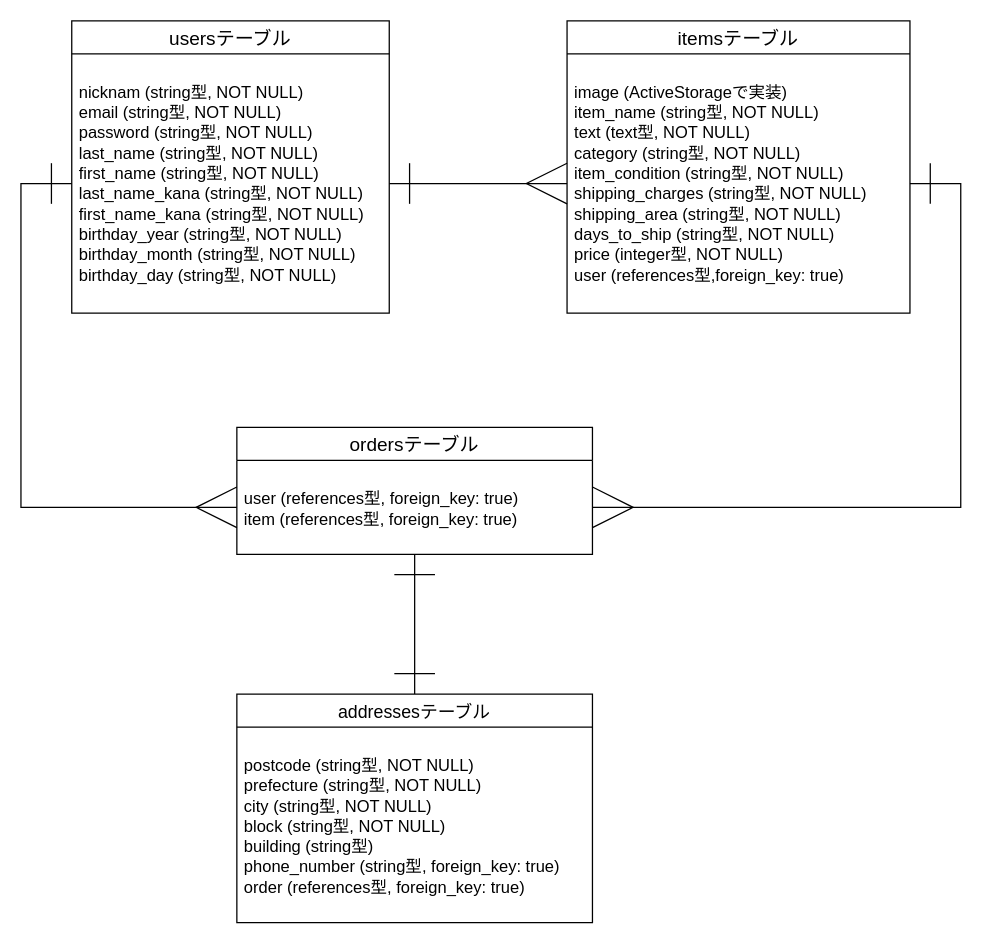
Above: furima.dio in WatanabeSyoya/furima-33500 (draw.io), before the change. Source tidied: cells renumbered, new cells numbered last; positions are measured from the earlier drawing's top-left corner, leaving out a move shared by most shapes. Both pictures are drawn from the tidied source at 127%, with x=0, y=0 at pixel (71, 20).
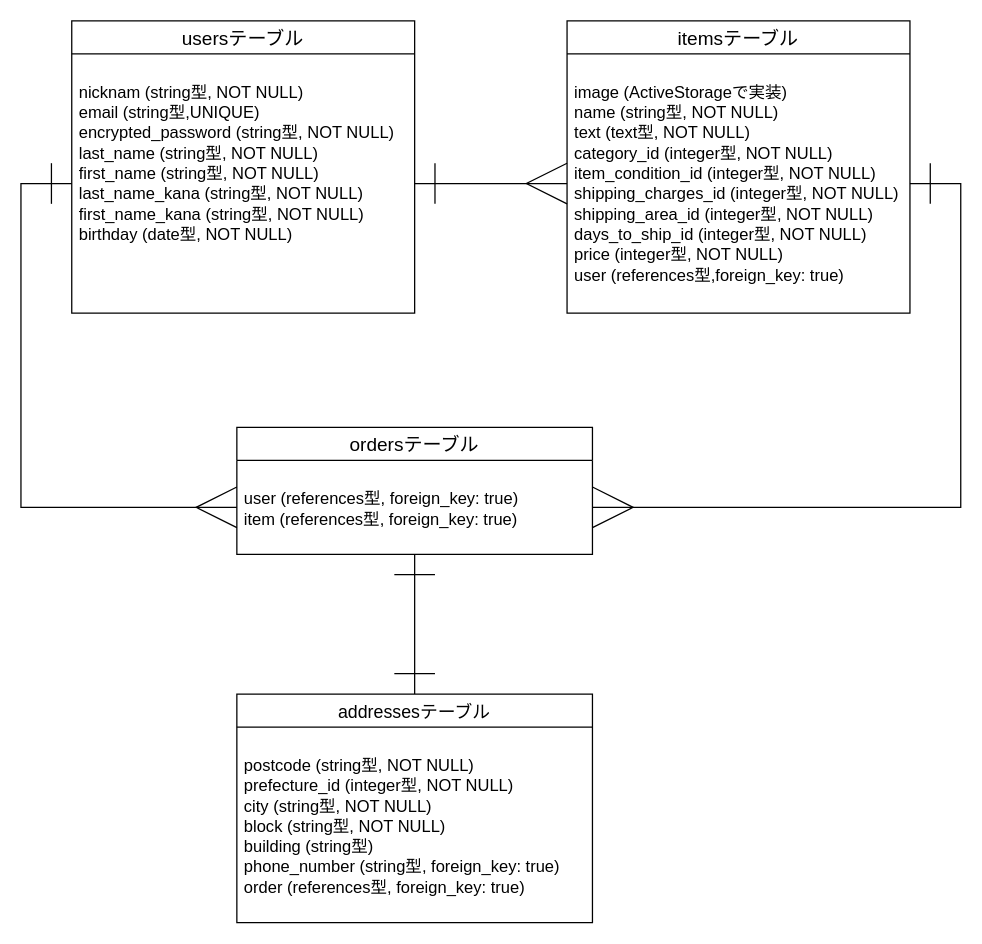
The same page after the edit.

What changed in the source:
```diff
@@
 <mxGraphModel>
   <root>
     <mxCell id="0" />
     <mxCell id="1" parent="0" />
     <mxCell id="2" value="usersテーブル" style="swimlane;fontStyle=0;horizontal=1;startSize=26;align=center;fontSize=15;" parent="1" vertex="1">
-      <mxGeometry width="250" height="230" as="geometry" />
+      <mxGeometry width="270" height="230" as="geometry" />
     </mxCell>
-    <mxCell id="3" value="&#10;nicknam (string型, NOT NULL)　&#10;email (string型, NOT NULL)&#10;password (string型, NOT NULL)&#10;last_name (string型, NOT NULL) &#10;first_name (string型, NOT NULL)&#10;last_name_kana (string型, NOT NULL)&#10;first_name_kana (string型, NOT NULL)&#10;birthday_year (string型, NOT NULL)&#10;birthday_month (string型, NOT NULL)&#10;birthday_day (string型, NOT NULL)" style="text;strokeColor=none;fillColor=none;spacingLeft=4;spacingRight=4;overflow=hidden;points=[[0,0.5],[1,0.5]];portConstraint=eastwest;fontSize=13;" parent="2" vertex="1">
-      <mxGeometry y="26" width="250" height="204" as="geometry" />
+    <mxCell id="3" value="&#10;nicknam (string型, NOT NULL)　&#10;email (string型,UNIQUE)&#10;encrypted_password (string型, NOT NULL)&#10;last_name (string型, NOT NULL) &#10;first_name (string型, NOT NULL)&#10;last_name_kana (string型, NOT NULL)&#10;first_name_kana (string型, NOT NULL)&#10;birthday (date型, NOT NULL)" style="text;strokeColor=none;fillColor=none;spacingLeft=4;spacingRight=4;overflow=hidden;points=[[0,0.5],[1,0.5]];portConstraint=eastwest;fontSize=13;" parent="2" vertex="1">
+      <mxGeometry y="26" width="270" height="204" as="geometry" />
     </mxCell>
     <mxCell id="4" value="itemsテーブル" style="swimlane;fontStyle=0;horizontal=1;startSize=26;align=center;fontSize=15;" parent="1" vertex="1">
       <mxGeometry x="390" width="270" height="230" as="geometry" />
     </mxCell>
-    <mxCell id="5" value="&#10;image (ActiveStorageで実装)&#10;item_name (string型, NOT NULL)&#10;text (text型, NOT NULL)&#10;category (string型, NOT NULL)&#10;item_condition (string型, NOT NULL)&#10;shipping_charges (string型, NOT NULL)&#10;shipping_area (string型, NOT NULL)&#10;days_to_ship (string型, NOT NULL)&#10;price (integer型, NOT NULL)&#10;user (references型,foreign_key: true)" style="text;strokeColor=none;fillColor=none;spacingLeft=4;spacingRight=4;overflow=hidden;points=[[0,0.5],[1,0.5]];portConstraint=eastwest;fontSize=13;" parent="4" vertex="1">
+    <mxCell id="5" value="&#10;image (ActiveStorageで実装)&#10;name (string型, NOT NULL)&#10;text (text型, NOT NULL)&#10;category_id (integer型, NOT NULL)&#10;item_condition_id (integer型, NOT NULL)&#10;shipping_charges_id (integer型, NOT NULL)&#10;shipping_area_id (integer型, NOT NULL)&#10;days_to_ship_id (integer型, NOT NULL)&#10;price (integer型, NOT NULL)&#10;user (references型,foreign_key: true)" style="text;strokeColor=none;fillColor=none;spacingLeft=4;spacingRight=4;overflow=hidden;points=[[0,0.5],[1,0.5]];portConstraint=eastwest;fontSize=13;" parent="4" vertex="1">
       <mxGeometry y="26" width="270" height="204" as="geometry" />
     </mxCell>
     <mxCell id="6" value="ordersテーブル" style="swimlane;fontStyle=0;horizontal=1;startSize=26;align=center;fontSize=15;" parent="1" vertex="1">
       <mxGeometry x="130" y="320" width="280" height="100" as="geometry" />
     </mxCell>
     <mxCell id="7" value="&#10;user (references型, foreign_key: true)&#10;item (references型, foreign_key: true)&#10;" style="text;spacingLeft=4;spacingRight=4;overflow=hidden;points=[[0,0.5],[1,0.5]];portConstraint=eastwest;fontSize=13;" parent="6" vertex="1">
       <mxGeometry y="26" width="280" height="74" as="geometry" />
     </mxCell>
     <mxCell id="8" style="edgeStyle=orthogonalEdgeStyle;rounded=0;jettySize=auto;html=1;exitX=0.5;exitY=0;exitDx=0;exitDy=0;entryX=0.5;entryY=1;entryDx=0;entryDy=0;entryPerimeter=0;startArrow=ERone;startFill=0;startSize=30;endArrow=ERone;endFill=0;endSize=30;fontSize=15;" parent="1" edge="1" source="9" target="7">
       <mxGeometry relative="1" as="geometry" />
     </mxCell>
     <mxCell id="9" value="addressesテーブル" style="swimlane;fontStyle=0;horizontal=1;startSize=26;align=center;fontSize=14;" parent="1" vertex="1">
       <mxGeometry x="130" y="530" width="280" height="180" as="geometry" />
     </mxCell>
-    <mxCell id="10" value="&#10;postcode (string型, NOT NULL)&#10;prefecture (string型, NOT NULL)&#10;city (string型, NOT NULL)&#10;block (string型, NOT NULL)&#10;building (string型)&#10;phone_number (string型, foreign_key: true)&#10;order (references型, foreign_key: true)" style="text;spacingLeft=4;spacingRight=4;overflow=hidden;fontSize=13;" parent="9" vertex="1">
+    <mxCell id="10" value="&#10;postcode (string型, NOT NULL)&#10;prefecture_id (integer型, NOT NULL)&#10;city (string型, NOT NULL)&#10;block (string型, NOT NULL)&#10;building (string型)&#10;phone_number (string型, foreign_key: true)&#10;order (references型, foreign_key: true)" style="text;spacingLeft=4;spacingRight=4;overflow=hidden;fontSize=13;" parent="9" vertex="1">
       <mxGeometry y="26" width="280" height="154" as="geometry" />
     </mxCell>
     <mxCell id="11" style="edgeStyle=orthogonalEdgeStyle;rounded=0;jettySize=auto;html=1;exitX=1;exitY=0.5;exitDx=0;exitDy=0;entryX=0;entryY=0.5;entryDx=0;entryDy=0;startArrow=ERone;startFill=0;startSize=30;endArrow=ERmany;endFill=0;endSize=30;fontSize=15;" parent="1" edge="1" source="3" target="5">
       <mxGeometry relative="1" as="geometry" />
     </mxCell>
     <mxCell id="12" style="edgeStyle=orthogonalEdgeStyle;rounded=0;jettySize=auto;html=1;exitX=1;exitY=0.5;exitDx=0;exitDy=0;entryX=1;entryY=0.5;entryDx=0;entryDy=0;startArrow=ERone;startFill=0;startSize=30;endArrow=ERmany;endFill=0;endSize=30;fontSize=15;" parent="1" edge="1" source="5" target="7">
       <mxGeometry relative="1" as="geometry" />
     </mxCell>
     <mxCell id="13" style="edgeStyle=orthogonalEdgeStyle;rounded=0;jettySize=auto;html=1;exitX=0;exitY=0.5;exitDx=0;exitDy=0;startArrow=ERone;startFill=0;startSize=30;endArrow=ERmany;endFill=0;endSize=30;fontSize=15;" parent="1" edge="1" source="3" target="7">
       <mxGeometry relative="1" as="geometry" />
     </mxCell>
   </root>
 </mxGraphModel>
```
